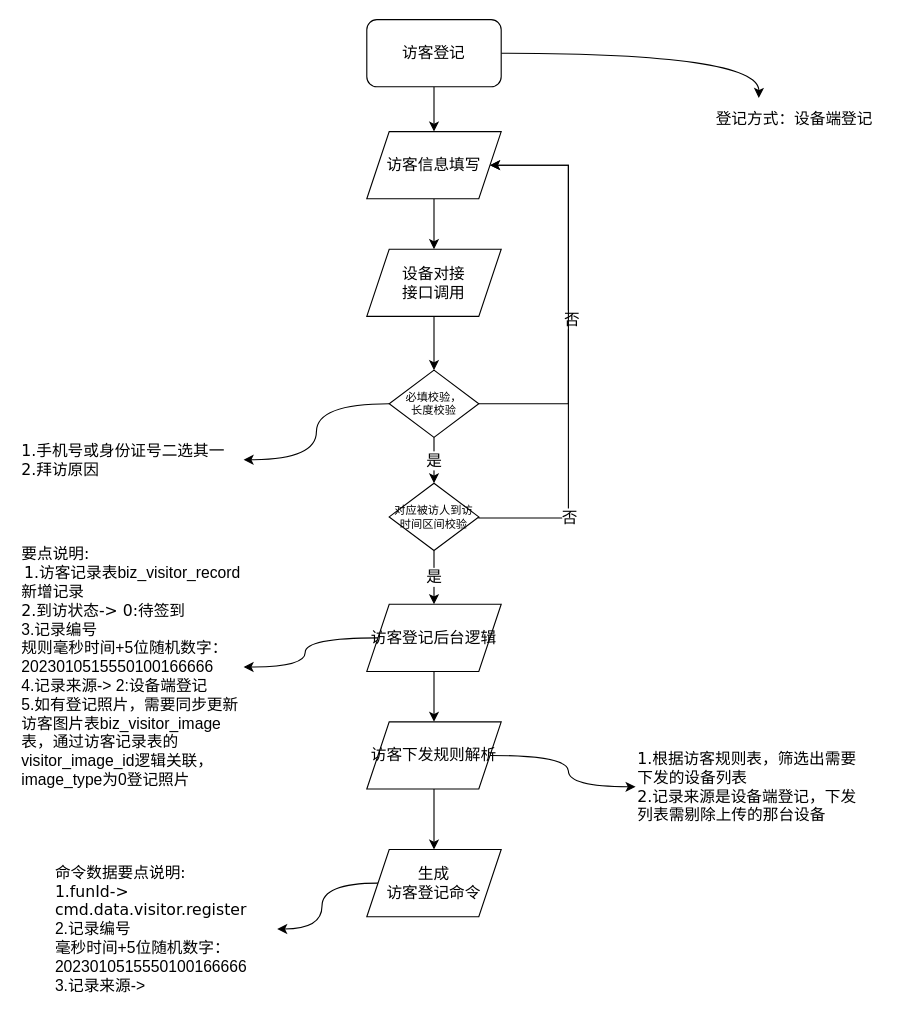
Earlier version of the draw.io diagram page "访客登记细化-设备端登记" (4 of 13) of 访客功能-线下平台和设备交互流程.drawio (chwnjianhui/draw.io). Source tidied: cells renumbered, new cells numbered last; positions are measured from the earlier drawing's top-left corner, leaving out a move shared by most shapes. Both pictures are drawn from the tidied source at 112%, with x=0, y=0 at pixel (19, 19).
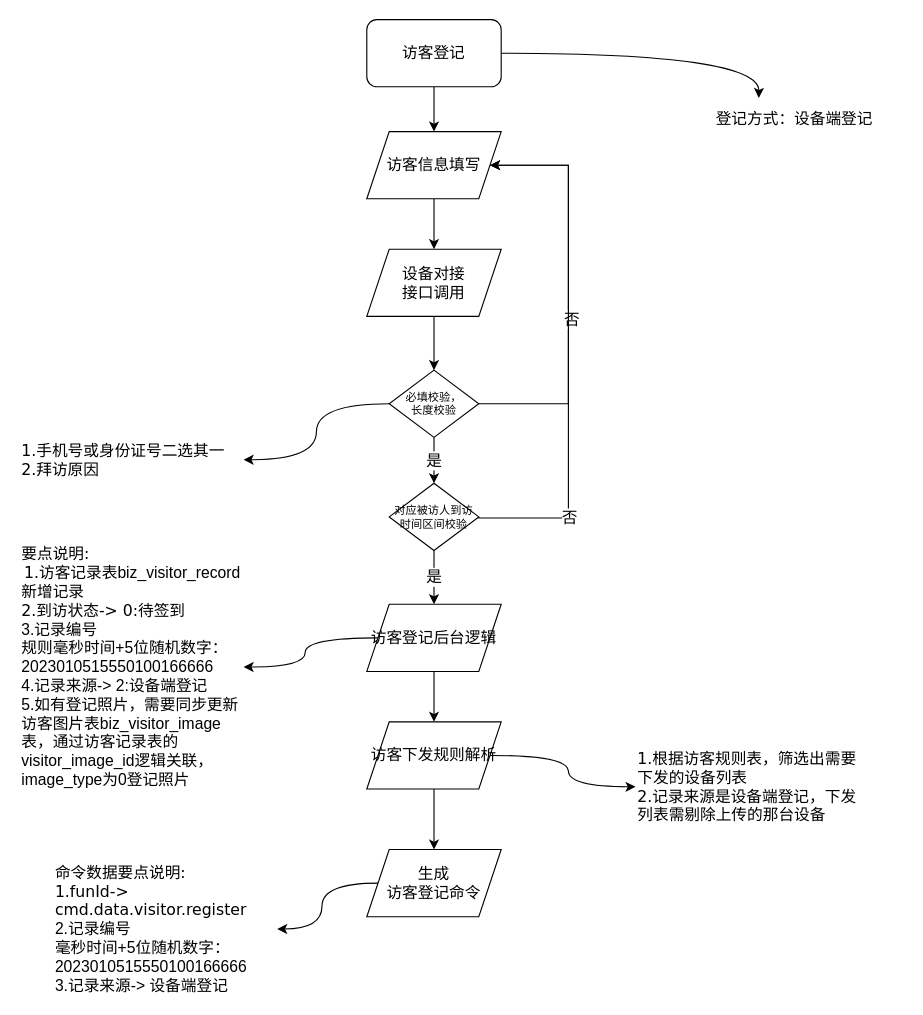
After the change.

What changed in the source:
```diff
@@
-    <mxCell id="27" value="&lt;font face=&quot;Verdana&quot;&gt;命令数据要点说明:&lt;/font&gt;&lt;br&gt;&lt;font face=&quot;Verdana&quot;&gt;1.funId-&amp;gt; cmd.data.visitor.register&lt;br&gt;&lt;/font&gt;2.记录编号&lt;br&gt;毫秒时间+5位随机数字：2023010515550100166666&lt;br&gt;3.记录来源-&amp;gt;" style="text;html=1;strokeColor=none;fillColor=none;align=left;verticalAlign=middle;whiteSpace=wrap;rounded=0;fontSize=14;" parent="1" vertex="1">
+    <mxCell id="27" value="&lt;font face=&quot;Verdana&quot;&gt;命令数据要点说明:&lt;/font&gt;&lt;br&gt;&lt;font face=&quot;Verdana&quot;&gt;1.funId-&amp;gt; cmd.data.visitor.register&lt;br&gt;&lt;/font&gt;2.记录编号&lt;br&gt;毫秒时间+5位随机数字：2023010515550100166666&lt;br&gt;3.记录来源-&amp;gt; 设备端登记" style="text;html=1;strokeColor=none;fillColor=none;align=left;verticalAlign=middle;whiteSpace=wrap;rounded=0;fontSize=14;" parent="1" vertex="1">
       <mxGeometry x="30" y="757" width="200" height="110" as="geometry" />
     </mxCell>
```
